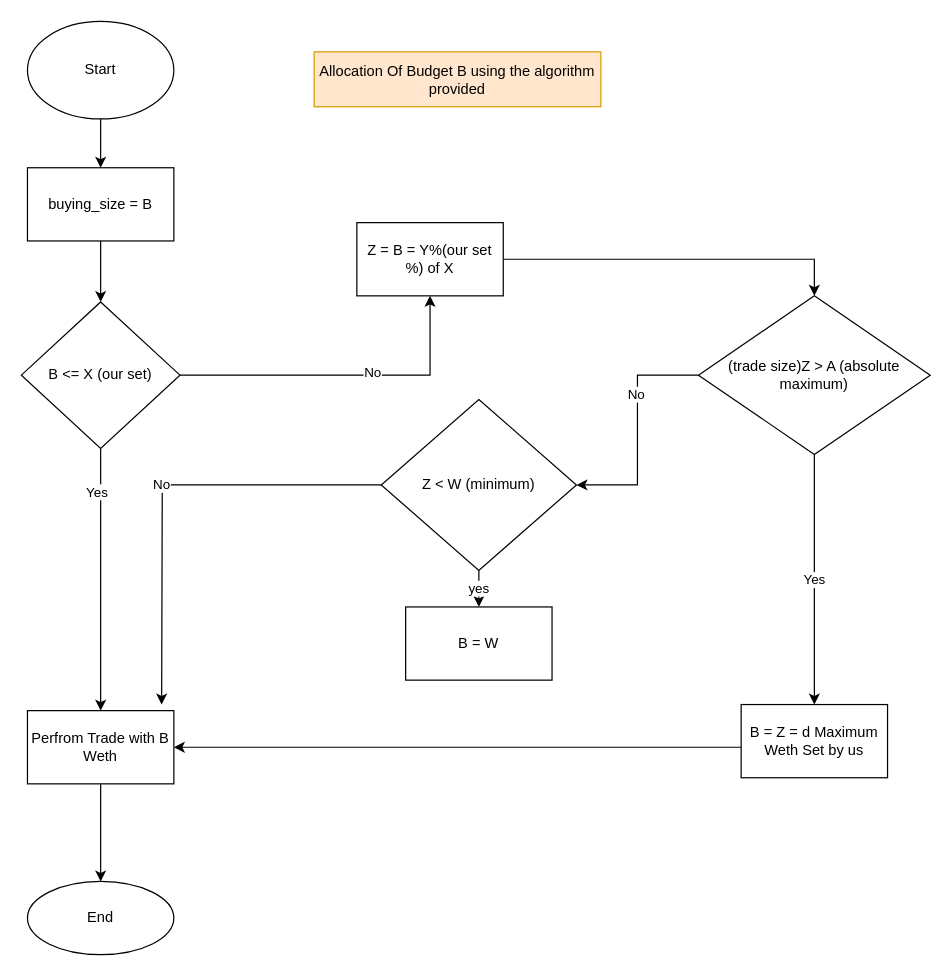
The draw.io diagram page "BudgetEstimate" (1 of 4) of Diagram/DesignDiagram.drawio in asmitbhantana/profit-trading-bot, before the edit. Source tidied: cells renumbered, new cells numbered last; positions are measured from the earlier drawing's top-left corner, leaving out a move shared by most shapes. Both pictures are drawn from the tidied source at 122%, with x=0, y=0 at pixel (21, 21).
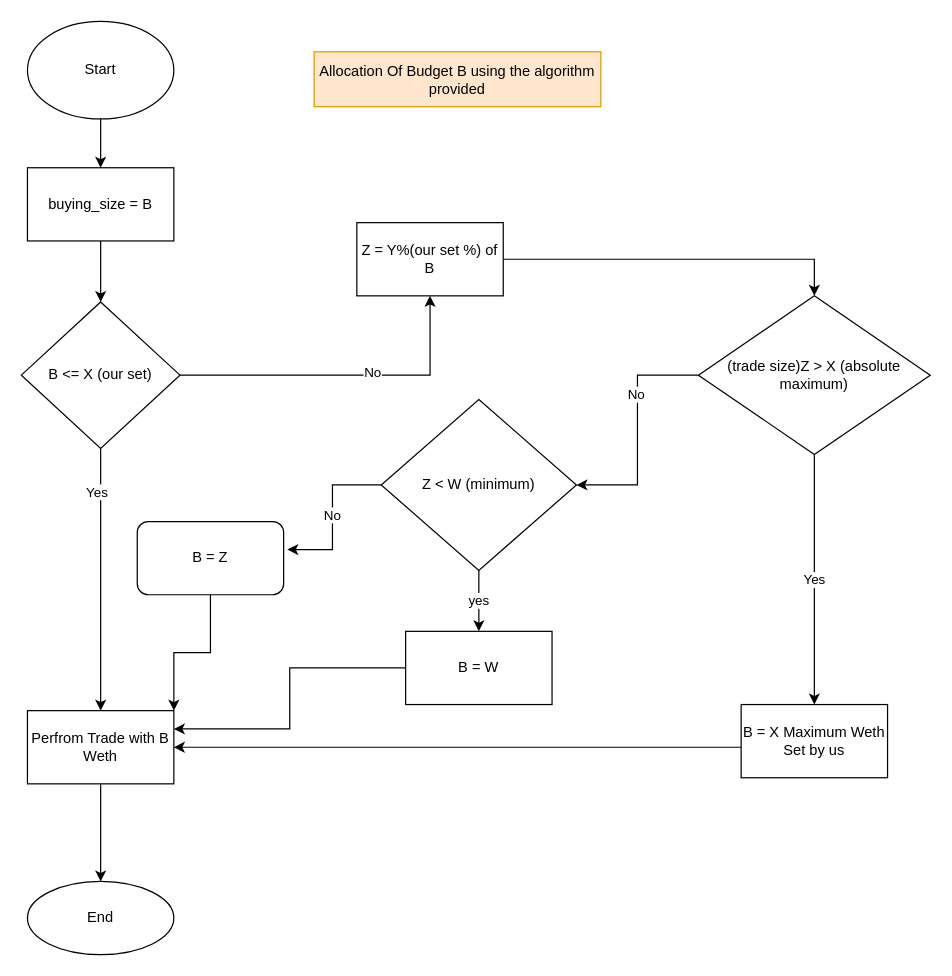
The same page after the edit.

Unchanged cells that the change refers to:
```xml
<mxCell id="20" value="Perfrom Trade with B Weth" style="whiteSpace=wrap;html=1;" parent="1" vertex="1">
  <mxGeometry x="5" y="565" width="120" height="60" as="geometry" />
</mxCell>
<mxCell id="24" value="Z &amp;lt; W (minimum)" style="rhombus;whiteSpace=wrap;html=1;" parent="1" vertex="1">
  <mxGeometry x="295" y="310" width="160" height="140" as="geometry" />
</mxCell>
```

What changed in the source:
```diff
@@
-    <mxCell id="12" value="Z = B = Y%(our set %) of X" style="whiteSpace=wrap;html=1;" parent="1" vertex="1">
+    <mxCell id="12" value="Z = Y%(our set %) of B" style="whiteSpace=wrap;html=1;" parent="1" vertex="1">
       <mxGeometry x="275" y="165" width="120" height="60" as="geometry" />
     </mxCell>
@@
-    <mxCell id="16" value="(trade size)Z &amp;gt; A (absolute maximum)" style="rhombus;whiteSpace=wrap;html=1;" parent="1" vertex="1">
+    <mxCell id="16" value="(trade size)Z &amp;gt; X (absolute maximum)" style="rhombus;whiteSpace=wrap;html=1;" parent="1" vertex="1">
       <mxGeometry x="555" y="225" width="190" height="130" as="geometry" />
     </mxCell>
@@
-    <mxCell id="18" value="B = Z = d Maximum Weth Set by us" style="whiteSpace=wrap;html=1;" parent="1" vertex="1">
+    <mxCell id="18" value="B = X Maximum Weth Set by us" style="whiteSpace=wrap;html=1;" parent="1" vertex="1">
       <mxGeometry x="590" y="560" width="120" height="60" as="geometry" />
     </mxCell>
@@
-    <mxCell id="23" value="No" style="edgeStyle=orthogonalEdgeStyle;rounded=0;jettySize=auto;html=1;" parent="1" edge="1" source="24">
-      <mxGeometry relative="1" as="geometry">
-        <mxPoint x="115" y="560" as="targetPoint" />
-      </mxGeometry>
+    <mxCell id="23" value="No" style="edgeStyle=orthogonalEdgeStyle;rounded=0;jettySize=auto;html=1;entryX=1.025;entryY=0.383;entryDx=0;entryDy=0;entryPerimeter=0;" parent="1" edge="1" source="24" target="29">
+      <mxGeometry relative="1" as="geometry" />
     </mxCell>
@@
+    <mxCell id="27" style="edgeStyle=orthogonalEdgeStyle;rounded=0;jettySize=auto;html=1;entryX=1;entryY=0.25;entryDx=0;entryDy=0;" parent="1" edge="1" source="25" target="20">
+      <mxGeometry relative="1" as="geometry" />
+    </mxCell>
     <mxCell id="25" value="B = W" style="whiteSpace=wrap;html=1;" parent="1" vertex="1">
-      <mxGeometry x="315" y="480" width="120" height="60" as="geometry" />
+      <mxGeometry x="315" y="500" width="120" height="60" as="geometry" />
     </mxCell>
@@
+    <mxCell id="28" style="edgeStyle=orthogonalEdgeStyle;rounded=0;jettySize=auto;html=1;entryX=1;entryY=0;entryDx=0;entryDy=0;" parent="1" edge="1" source="29" target="20">
+      <mxGeometry relative="1" as="geometry" />
+    </mxCell>
+    <mxCell id="29" value="B = Z" style="rounded=1;whiteSpace=wrap;html=1;" parent="1" vertex="1">
+      <mxGeometry x="95" y="410" width="120" height="60" as="geometry" />
+    </mxCell>
```
